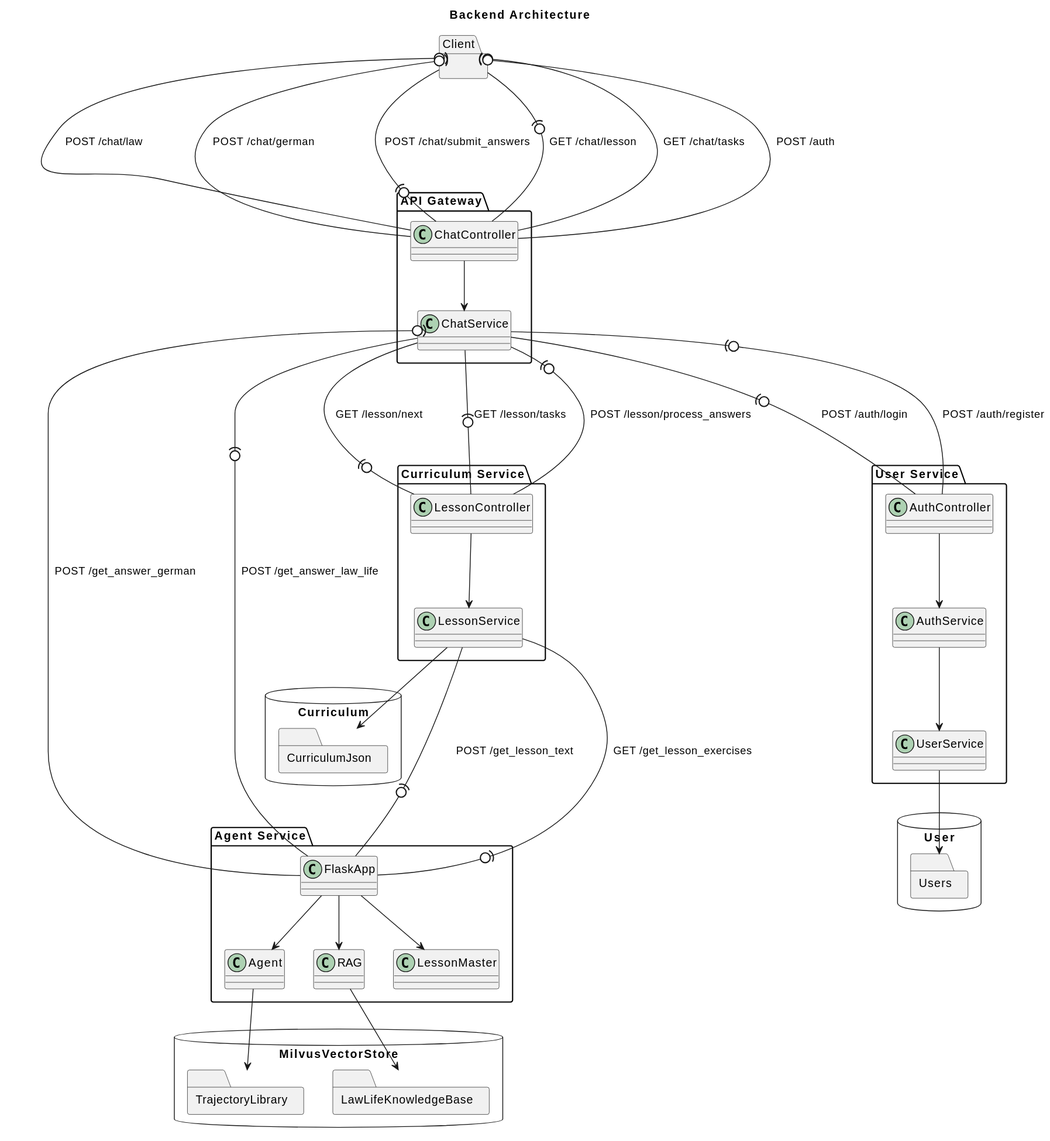
The PlantUML diagram docs/backend/res/backend.svg in al-holm/aika, before a commit. Source of this version:
```plantuml
@startuml
!define RECTANGLE class

title Backend Architecture

package "Client" {}

package "API Gateway" {
    RECTANGLE ChatController
    RECTANGLE ChatService
}

package "Agent Service" {
    RECTANGLE FlaskApp
    RECTANGLE Agent
    RECTANGLE RAG
    RECTANGLE LessonMaster
}

package "Curriculum Service" {
    RECTANGLE LessonController
    RECTANGLE LessonService
}

package "User Service" {
    RECTANGLE AuthController
    RECTANGLE AuthService
    RECTANGLE UserService
}

database "MilvusVectorStore" {
  folder "LawLifeKnowledgeBase" {
 }
 folder "TrajectoryLibrary" {
 }
}

database "Curriculum" {
    folder "CurriculumJson" {
    }
}

database "User" {
    folder "Users" {
    }
}

ChatController --> ChatService
AuthController --> AuthService
AuthService --> UserService
LessonController --> LessonService
LessonService --> CurriculumJson

Client --(0- ChatController : POST /chat/law
Client --(0- ChatController: POST /chat/german
Client --(0- ChatController: POST /chat/submit_answers
Client --(0- ChatController: GET /chat/lesson
Client --(0- ChatController: GET /chat/tasks
Client --(0- ChatController: POST /auth


ChatService --(0- FlaskApp  : POST /get_answer_german
ChatService --(0- FlaskApp : POST /get_answer_law_life

ChatService --(0- AuthController : POST /auth/login
ChatService --(0- AuthController : POST /auth/register

LessonService --(0- FlaskApp : POST /get_lesson_text
LessonService --(0- FlaskApp : GET /get_lesson_exercises

FlaskApp --> Agent
FlaskApp --> RAG
FlaskApp --> LessonMaster

ChatService --(0- LessonController : GET /lesson/next
ChatService --(0- LessonController: GET /lesson/tasks
ChatService --(0- LessonController : POST /lesson/process_answers

Agent --> TrajectoryLibrary
RAG --> LawLifeKnowledgeBase

UserService --> Users
@enduml
```
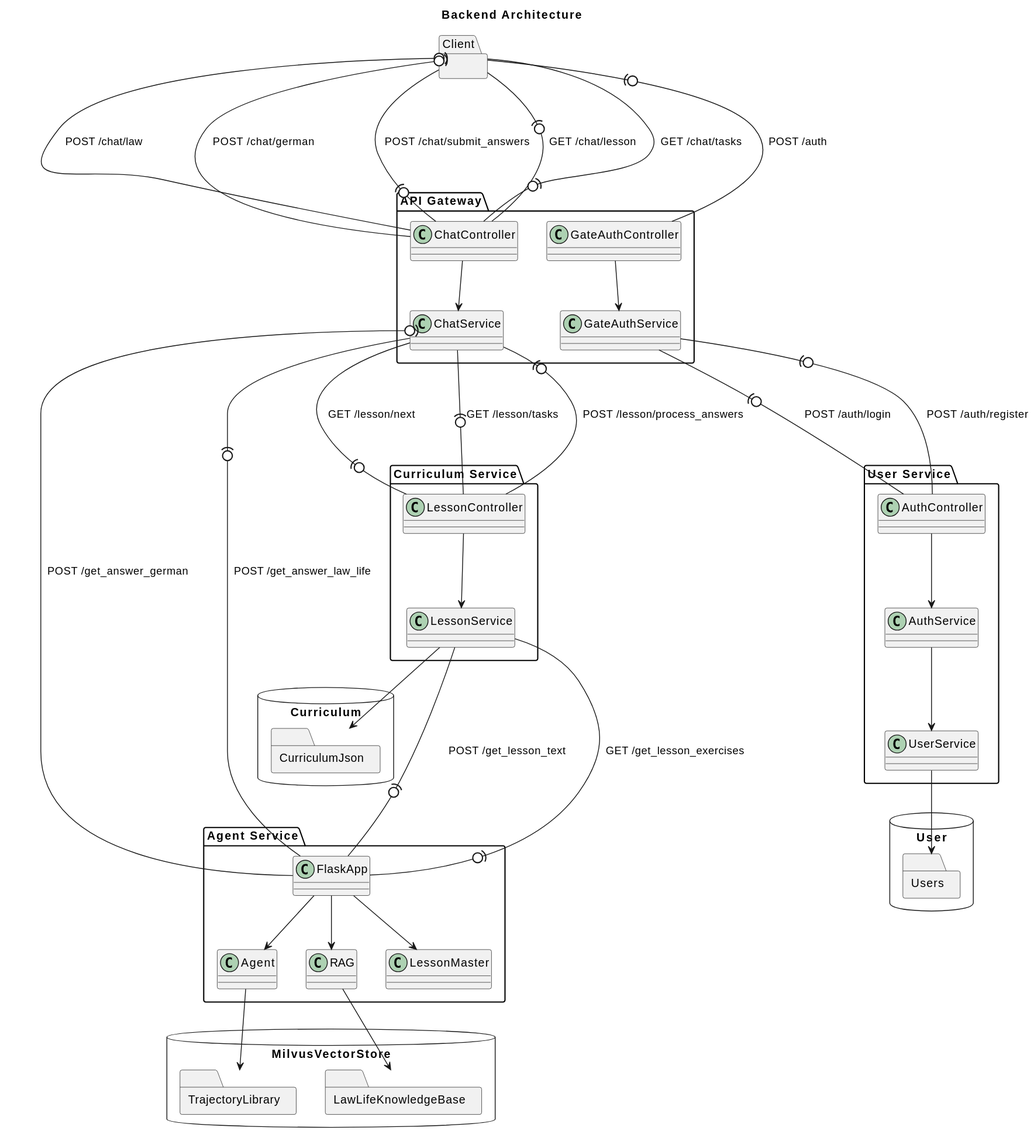
After the commit.

Diff of the diagram source:
```diff
@@ -8,6 +8,8 @@
 package "API Gateway" {
     RECTANGLE ChatController
     RECTANGLE ChatService
+    RECTANGLE GateAuthController
+    RECTANGLE GateAuthService
 }
 
 package "Agent Service" {
@@ -47,6 +49,7 @@
 
 ChatController --> ChatService
 AuthController --> AuthService
+GateAuthController --> GateAuthService
 AuthService --> UserService
 LessonController --> LessonService
 LessonService --> CurriculumJson
@@ -56,14 +59,14 @@
 Client --(0- ChatController: POST /chat/submit_answers
 Client --(0- ChatController: GET /chat/lesson
 Client --(0- ChatController: GET /chat/tasks
-Client --(0- ChatController: POST /auth
+Client --(0- GateAuthController: POST /auth
 
 
 ChatService --(0- FlaskApp  : POST /get_answer_german
 ChatService --(0- FlaskApp : POST /get_answer_law_life
 
-ChatService --(0- AuthController : POST /auth/login
-ChatService --(0- AuthController : POST /auth/register
+GateAuthService--(0- AuthController : POST /auth/login
+GateAuthService -(0- AuthController : POST /auth/register
 
 LessonService --(0- FlaskApp : POST /get_lesson_text
 LessonService --(0- FlaskApp : GET /get_lesson_exercises
```
